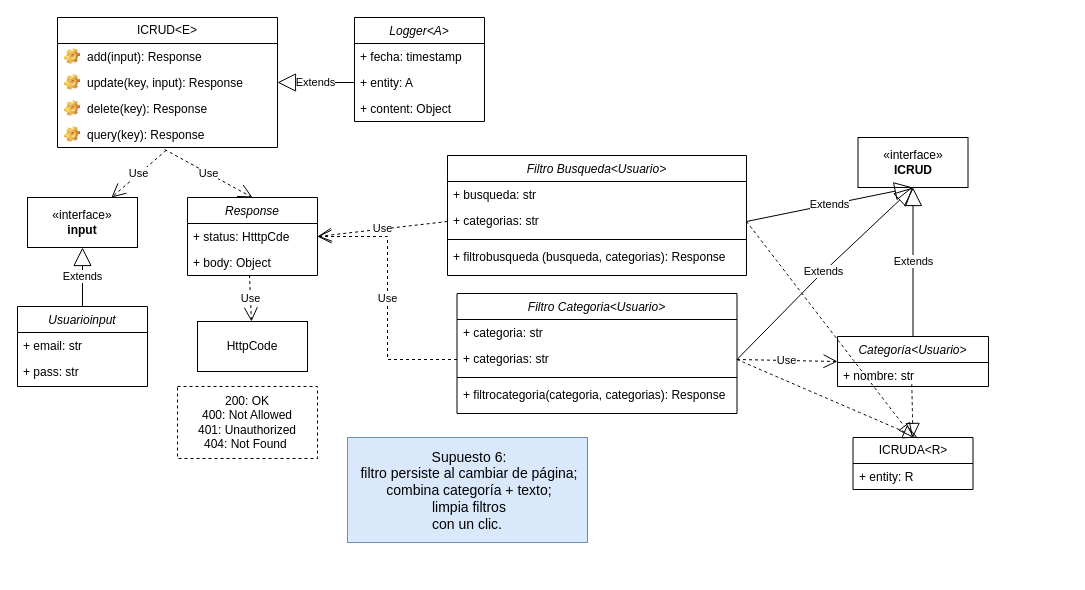
Giggin-html/dwm4 keeps this draw.io diagram as Front-End_Sprint/DiagramaSupuesto6.drawio. Above is the earlier version. Source tidied: cells renumbered, new cells numbered last; positions are measured from the earlier drawing's top-left corner, leaving out a move shared by most shapes. Both pictures are drawn from the tidied source at 100%, with x=0, y=0 at pixel (17, 17).
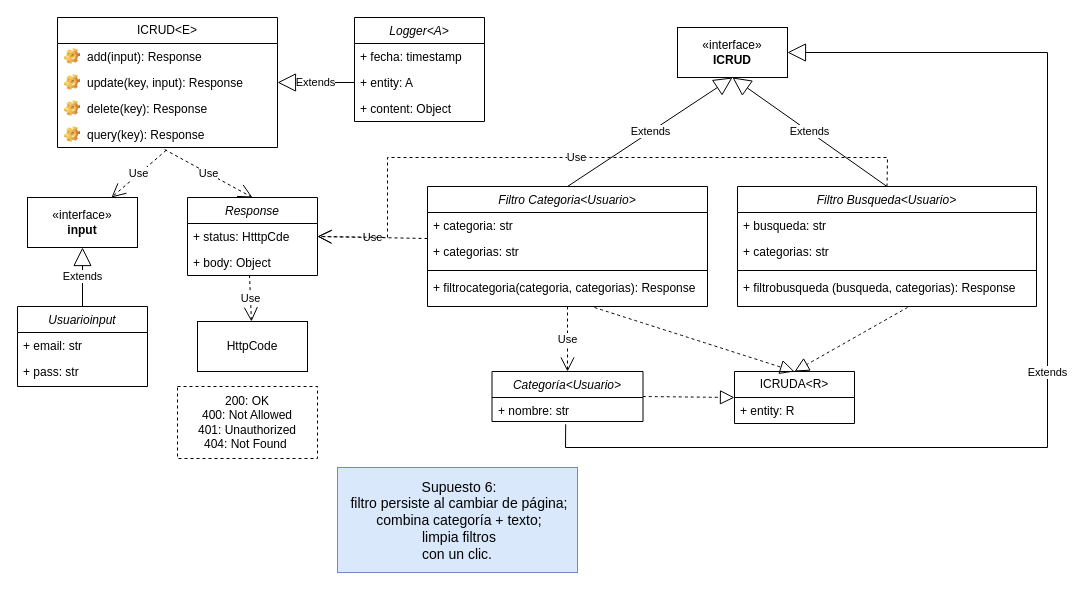
After the change.

Unchanged cells that the change refers to:
```xml
<mxCell id="4" value="+ categorias: str" style="text;strokeColor=none;fillColor=none;align=left;verticalAlign=top;spacingLeft=4;spacingRight=4;overflow=hidden;points=[[0,0.5],[1,0.5]];portConstraint=eastwest;whiteSpace=wrap;html=1;" parent="2" vertex="1">
  <mxGeometry y="52" width="280" height="28" as="geometry" />
</mxCell>
<mxCell id="19" value="+ status: HtttpCde" style="text;strokeColor=none;fillColor=none;align=left;verticalAlign=top;spacingLeft=4;spacingRight=4;overflow=hidden;points=[[0,0.5],[1,0.5]];portConstraint=eastwest;whiteSpace=wrap;html=1;" parent="18" vertex="1">
  <mxGeometry y="26" width="130" height="26" as="geometry" />
</mxCell>
<mxCell id="36" value="+ categorias: str" style="text;strokeColor=none;fillColor=none;align=left;verticalAlign=top;spacingLeft=4;spacingRight=4;overflow=hidden;points=[[0,0.5],[1,0.5]];portConstraint=eastwest;whiteSpace=wrap;html=1;" parent="34" vertex="1">
  <mxGeometry y="52" width="299" height="28" as="geometry" />
</mxCell>
<mxCell id="42" value="+ nombre: str" style="text;strokeColor=none;fillColor=none;align=left;verticalAlign=top;spacingLeft=4;spacingRight=4;overflow=hidden;points=[[0,0.5],[1,0.5]];portConstraint=eastwest;whiteSpace=wrap;html=1;" parent="41" vertex="1">
  <mxGeometry y="26" width="151" height="24" as="geometry" />
</mxCell>
```

Diff of the diagram source:
```diff
@@
     <mxCell id="2" value="Filtro Categoria&lt;Usuario&gt;" style="swimlane;fontStyle=2;align=center;verticalAlign=top;horizontal=1;startSize=26;rounded=0;shadow=0;strokeWidth=1;" parent="1" vertex="1">
-      <mxGeometry x="439.5" y="276" width="280" height="120" as="geometry" />
+      <mxGeometry x="410" y="169" width="280" height="120" as="geometry" />
     </mxCell>
@@
     <mxCell id="24" value="«interface»&lt;br&gt;&lt;b&gt;ICRUD&lt;/b&gt;" style="html=1;whiteSpace=wrap;" parent="1" vertex="1">
-      <mxGeometry x="840.5" y="120" width="110" height="50" as="geometry" />
+      <mxGeometry x="660" y="10" width="110" height="50" as="geometry" />
     </mxCell>
-    <mxCell id="25" value="Extends" style="endArrow=block;endSize=16;endFill=0;html=1;rounded=0;exitX=1;exitY=0.5;exitDx=0;exitDy=0;entryX=0.5;entryY=1;entryDx=0;entryDy=0;" parent="1" edge="1" source="4" target="24">
-      <mxGeometry relative="1" as="geometry">
-        <Array as="points">
-          <mxPoint x="800" y="260" />
-        </Array>
-      </mxGeometry>
+    <mxCell id="25" value="Extends" style="endArrow=block;endSize=16;endFill=0;html=1;rounded=0;exitX=0.5;exitY=0;exitDx=0;exitDy=0;entryX=0.5;entryY=1;entryDx=0;entryDy=0;" parent="1" edge="1" source="2" target="24">
+      <mxGeometry relative="1" as="geometry" />
     </mxCell>
-    <mxCell id="26" value="Use" style="endArrow=open;endSize=12;dashed=1;html=1;rounded=0;entryX=1;entryY=0.5;entryDx=0;entryDy=0;exitX=0;exitY=0.5;exitDx=0;exitDy=0;" parent="1" edge="1" source="4" target="19">
-      <mxGeometry relative="1" as="geometry">
-        <Array as="points">
-          <mxPoint x="370" y="342" />
-          <mxPoint x="370" y="219" />
-        </Array>
-      </mxGeometry>
+    <mxCell id="26" value="Use" style="endArrow=open;endSize=12;dashed=1;html=1;rounded=0;entryX=1;entryY=0.5;entryDx=0;entryDy=0;exitX=0;exitY=0;exitDx=0;exitDy=0;exitPerimeter=0;" parent="1" edge="1" source="4" target="19">
+      <mxGeometry relative="1" as="geometry" />
     </mxCell>
     <mxCell id="27" value="&lt;font style=&quot;font-size: 14px;&quot;&gt;&amp;nbsp;Supuesto 6:&lt;/font&gt;&lt;div&gt;&lt;font style=&quot;font-size: 14px;&quot;&gt;&amp;nbsp;filtro persiste al cambiar de página;&lt;/font&gt;&lt;/div&gt;&lt;div&gt;&lt;font style=&quot;font-size: 14px;&quot;&gt;&amp;nbsp;combina categoría + texto;&lt;/font&gt;&lt;/div&gt;&lt;div&gt;&lt;font style=&quot;font-size: 14px;&quot;&gt;&amp;nbsp;limpia filtros&lt;br&gt; con un clic.&lt;/font&gt;&lt;/div&gt;" style="html=1;whiteSpace=wrap;fillColor=#dae8fc;strokeColor=#6c8ebf;" parent="1" vertex="1">
-      <mxGeometry x="330" y="420" width="240" height="105" as="geometry" />
+      <mxGeometry x="320" y="450" width="240" height="105" as="geometry" />
     </mxCell>
@@
     <mxCell id="34" value="Filtro Busqueda&lt;Usuario&gt;" style="swimlane;fontStyle=2;align=center;verticalAlign=top;horizontal=1;startSize=26;rounded=0;shadow=0;strokeWidth=1;" parent="1" vertex="1">
-      <mxGeometry x="430" y="138" width="299" height="120" as="geometry" />
+      <mxGeometry x="720" y="169" width="299" height="120" as="geometry" />
     </mxCell>
@@
-    <mxCell id="39" value="Use" style="endArrow=open;endSize=12;dashed=1;html=1;rounded=0;entryX=1;entryY=0.5;entryDx=0;entryDy=0;exitX=0;exitY=0.5;exitDx=0;exitDy=0;" parent="1" edge="1" source="36" target="19">
-      <mxGeometry relative="1" as="geometry" />
+    <mxCell id="39" value="Use" style="endArrow=open;endSize=12;dashed=1;html=1;rounded=0;entryX=1;entryY=0.5;entryDx=0;entryDy=0;exitX=0.5;exitY=0;exitDx=0;exitDy=0;" parent="1" edge="1" source="34" target="19">
+      <mxGeometry relative="1" as="geometry">
+        <Array as="points">
+          <mxPoint x="870" y="140" />
+          <mxPoint x="370" y="140" />
+          <mxPoint x="370" y="220" />
+        </Array>
+      </mxGeometry>
     </mxCell>
-    <mxCell id="40" value="Extends" style="endArrow=block;endSize=16;endFill=0;html=1;rounded=0;exitX=1;exitY=0.5;exitDx=0;exitDy=0;entryX=0.5;entryY=1;entryDx=0;entryDy=0;" parent="1" edge="1" source="36" target="24">
+    <mxCell id="40" value="Extends" style="endArrow=block;endSize=16;endFill=0;html=1;rounded=0;exitX=0.5;exitY=0;exitDx=0;exitDy=0;entryX=0.5;entryY=1;entryDx=0;entryDy=0;" parent="1" edge="1" source="34" target="24">
       <mxGeometry relative="1" as="geometry" />
     </mxCell>
     <mxCell id="41" value="Categoría&lt;Usuario&gt;" style="swimlane;fontStyle=2;align=center;verticalAlign=top;horizontal=1;startSize=26;rounded=0;shadow=0;strokeWidth=1;" parent="1" vertex="1">
-      <mxGeometry x="820" y="319" width="151" height="50" as="geometry" />
+      <mxGeometry x="474.5" y="354" width="151" height="50" as="geometry" />
     </mxCell>
@@
-    <mxCell id="44" value="Extends" style="endArrow=block;endSize=16;endFill=0;html=1;rounded=0;entryX=0.5;entryY=1;entryDx=0;entryDy=0;" parent="1" edge="1" source="41" target="24">
-      <mxGeometry relative="1" as="geometry" />
+    <mxCell id="44" value="Extends" style="endArrow=block;endSize=16;endFill=0;html=1;rounded=0;entryX=1;entryY=0.5;entryDx=0;entryDy=0;exitX=0.488;exitY=1.116;exitDx=0;exitDy=0;exitPerimeter=0;" parent="1" edge="1" source="42" target="24">
+      <mxGeometry relative="1" as="geometry">
+        <Array as="points">
+          <mxPoint x="548" y="430" />
+          <mxPoint x="1030" y="430" />
+          <mxPoint x="1030" y="35" />
+        </Array>
+      </mxGeometry>
     </mxCell>
-    <mxCell id="45" value="Use" style="endArrow=open;endSize=12;dashed=1;html=1;rounded=0;entryX=0;entryY=0.5;entryDx=0;entryDy=0;exitX=1;exitY=0.5;exitDx=0;exitDy=0;" parent="1" edge="1" source="4" target="41">
+    <mxCell id="45" value="Use" style="endArrow=open;endSize=12;dashed=1;html=1;rounded=0;entryX=0.5;entryY=0;entryDx=0;entryDy=0;exitX=0.5;exitY=1;exitDx=0;exitDy=0;" parent="1" edge="1" source="2" target="41">
       <mxGeometry relative="1" as="geometry" />
     </mxCell>
     <mxCell id="46" value="ICRUDA&amp;lt;R&amp;gt;" style="swimlane;fontStyle=0;horizontal=1;startSize=26;fillColor=none;whiteSpace=wrap;html=1;" parent="1" vertex="1">
-      <mxGeometry x="835.5" y="420" width="120" height="52" as="geometry" />
+      <mxGeometry x="717" y="354" width="120" height="52" as="geometry" />
     </mxCell>
@@
-    <mxCell id="48" style="endArrow=block;dashed=1;endFill=0;endSize=12;html=1;rounded=0;fontSize=12;curved=1;entryX=0.5;entryY=0;entryDx=0;entryDy=0;exitX=0.492;exitY=0.907;exitDx=0;exitDy=0;exitPerimeter=0;" parent="1" edge="1" source="42" target="46">
+    <mxCell id="48" style="endArrow=block;dashed=1;endFill=0;endSize=12;html=1;rounded=0;fontSize=12;curved=1;exitX=1;exitY=0.5;exitDx=0;exitDy=0;entryX=0;entryY=0.5;entryDx=0;entryDy=0;" parent="1" edge="1" source="41" target="46">
       <mxGeometry relative="1" as="geometry" />
     </mxCell>
-    <mxCell id="49" style="endArrow=block;dashed=1;endFill=0;endSize=12;html=1;rounded=0;fontSize=12;curved=1;exitX=1;exitY=0.5;exitDx=0;exitDy=0;" parent="1" edge="1" source="4">
+    <mxCell id="49" style="endArrow=block;dashed=1;endFill=0;endSize=12;html=1;rounded=0;fontSize=12;curved=1;entryX=0.5;entryY=0;entryDx=0;entryDy=0;" parent="1" edge="1" target="46">
       <mxGeometry relative="1" as="geometry">
-        <mxPoint x="900" y="420" as="targetPoint" />
+        <mxPoint x="577" y="290" as="sourcePoint" />
       </mxGeometry>
     </mxCell>
-    <mxCell id="50" style="endArrow=block;dashed=1;endFill=0;endSize=12;html=1;rounded=0;fontSize=12;curved=1;entryX=0.5;entryY=0;entryDx=0;entryDy=0;exitX=1;exitY=0.5;exitDx=0;exitDy=0;" parent="1" edge="1" source="36" target="46">
-      <mxGeometry relative="1" as="geometry" />
+    <mxCell id="50" style="endArrow=block;dashed=1;endFill=0;endSize=12;html=1;rounded=0;fontSize=12;curved=1;entryX=0.5;entryY=0;entryDx=0;entryDy=0;" parent="1" edge="1" target="46">
+      <mxGeometry relative="1" as="geometry">
+        <mxPoint x="890" y="290" as="sourcePoint" />
+      </mxGeometry>
     </mxCell>
```
